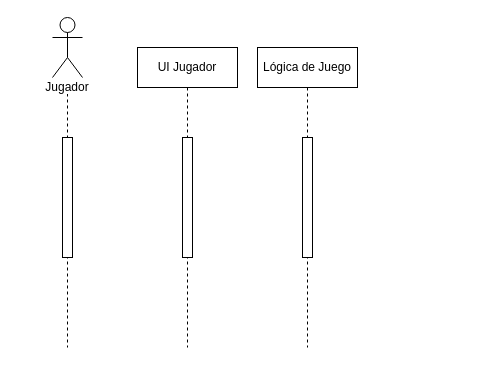
Above: ENTORNOS_DE_DESARROLLO/DrawIO/DiagramaSecuencia3EnRaya.drawio in ThronReden/NCA-DESAFIO-EQUIPO-6 (draw.io), before the change. Source tidied: cells renumbered, new cells numbered last; positions are measured from the earlier drawing's top-left corner, leaving out a move shared by most shapes. Both pictures are drawn from the tidied source at 100%, with x=0, y=0 at pixel (17, 17).
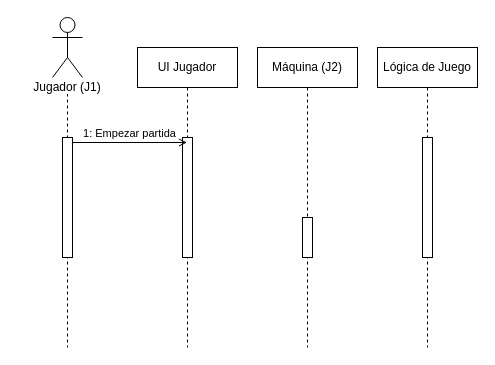
After the change.

Commit message (it also covers changes not shown here):
cambios gitignore y update DiagramaSecuencia3EnRaya

What changed in the source:
```diff
@@
 <mxGraphModel>
   <root>
     <mxCell id="0" />
     <mxCell id="1" parent="0" />
     <mxCell id="2" value="UI Jugador" style="shape=umlLifeline;perimeter=lifelinePerimeter;whiteSpace=wrap;html=1;outlineConnect=0;portConstraint=eastwest;newEdgeStyle={&quot;edgeStyle&quot;:&quot;elbowEdgeStyle&quot;,&quot;elbow&quot;:&quot;vertical&quot;,&quot;curved&quot;:0,&quot;rounded&quot;:0};" parent="1" vertex="1">
       <mxGeometry x="120" y="30" width="100" height="300" as="geometry" />
     </mxCell>
     <mxCell id="3" style="html=1;perimeter=orthogonalPerimeter;targetShapes=umlLifeline;newEdgeStyle={&quot;curved&quot;:0,&quot;rounded&quot;:0};fillColor=default;" parent="2" vertex="1">
       <mxGeometry x="45" y="90" width="10" height="120" as="geometry" />
     </mxCell>
-    <mxCell id="4" value="Lógica de Juego" style="shape=umlLifeline;perimeter=lifelinePerimeter;whiteSpace=wrap;html=1;newEdgeStyle={&quot;edgeStyle&quot;:&quot;elbowEdgeStyle&quot;,&quot;elbow&quot;:&quot;vertical&quot;,&quot;curved&quot;:0,&quot;rounded&quot;:0};" parent="1" vertex="1">
+    <mxCell id="4" value="Máquina (J2)" style="shape=umlLifeline;perimeter=lifelinePerimeter;whiteSpace=wrap;html=1;newEdgeStyle={&quot;edgeStyle&quot;:&quot;elbowEdgeStyle&quot;,&quot;elbow&quot;:&quot;vertical&quot;,&quot;curved&quot;:0,&quot;rounded&quot;:0};" parent="1" vertex="1">
       <mxGeometry x="240" y="30" width="100" height="300" as="geometry" />
     </mxCell>
     <mxCell id="5" style="html=1;perimeter=orthogonalPerimeter;targetShapes=umlLifeline;newEdgeStyle={&quot;curved&quot;:0,&quot;rounded&quot;:0};" parent="4" vertex="1">
-      <mxGeometry x="45" y="90" width="10" height="120" as="geometry" />
+      <mxGeometry x="45" y="170" width="10" height="40" as="geometry" />
     </mxCell>
     <mxCell id="6" style="shape=umlActor;verticalLabelPosition=bottom;verticalAlign=top;html=1;" parent="1" vertex="1">
       <mxGeometry x="35" width="30" height="60" as="geometry" />
     </mxCell>
-    <mxCell id="7" value="&lt;span style=&quot;background-color: light-dark(#ffffff, var(--ge-dark-color, #121212));&quot;&gt;Jugador&lt;/span&gt;" style="shape=umlLifeline;perimeter=lifelinePerimeter;whiteSpace=wrap;html=1;newEdgeStyle={&quot;edgeStyle&quot;:&quot;elbowEdgeStyle&quot;,&quot;elbow&quot;:&quot;vertical&quot;,&quot;curved&quot;:0,&quot;rounded&quot;:0};size=0;" parent="1" vertex="1">
+    <mxCell id="7" value="&lt;span style=&quot;background-color: light-dark(#ffffff, var(--ge-dark-color, #121212));&quot;&gt;Jugador (J1)&lt;/span&gt;" style="shape=umlLifeline;perimeter=lifelinePerimeter;whiteSpace=wrap;html=1;newEdgeStyle={&quot;edgeStyle&quot;:&quot;elbowEdgeStyle&quot;,&quot;elbow&quot;:&quot;vertical&quot;,&quot;curved&quot;:0,&quot;rounded&quot;:0};size=0;" parent="1" vertex="1">
       <mxGeometry y="70" width="100" height="260" as="geometry" />
     </mxCell>
     <mxCell id="8" style="html=1;points=[[0,0,0,0,5],[0,1,0,0,-5],[1,0,0,0,5],[1,1,0,0,-5]];perimeter=orthogonalPerimeter;outlineConnect=0;targetShapes=umlLifeline;portConstraint=eastwest;newEdgeStyle={&quot;curved&quot;:0,&quot;rounded&quot;:0};" parent="7" vertex="1">
       <mxGeometry x="45" y="50" width="10" height="120" as="geometry" />
     </mxCell>
+    <mxCell id="9" value="Lógica de Juego" style="shape=umlLifeline;perimeter=lifelinePerimeter;whiteSpace=wrap;html=1;newEdgeStyle={&quot;edgeStyle&quot;:&quot;elbowEdgeStyle&quot;,&quot;elbow&quot;:&quot;vertical&quot;,&quot;curved&quot;:0,&quot;rounded&quot;:0};" parent="1" vertex="1">
+      <mxGeometry x="360" y="30" width="100" height="300" as="geometry" />
+    </mxCell>
+    <mxCell id="10" style="html=1;perimeter=orthogonalPerimeter;targetShapes=umlLifeline;newEdgeStyle={&quot;curved&quot;:0,&quot;rounded&quot;:0};" parent="9" vertex="1">
+      <mxGeometry x="45" y="90" width="10" height="120" as="geometry" />
+    </mxCell>
+    <mxCell id="11" value="1: Empezar partida" style="html=1;verticalAlign=bottom;labelBackgroundColor=none;endArrow=open;endFill=0;rounded=0;exitX=1;exitY=0;exitDx=0;exitDy=5;exitPerimeter=0;" parent="1" edge="1" source="8" target="2">
+      <mxGeometry relative="1" as="geometry" />
+    </mxCell>
   </root>
 </mxGraphModel>
```
